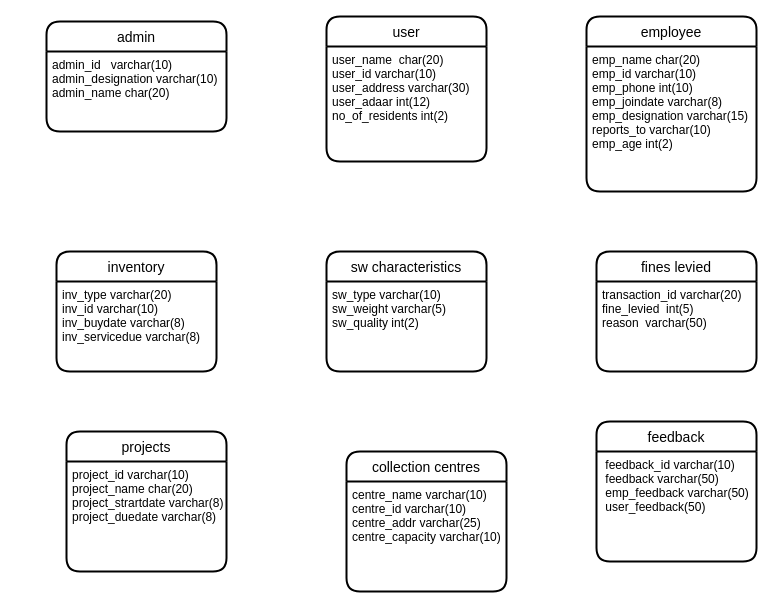
Above: page "Page-2" (2 of 2) of Untitled Diagram.drawio in rahulb275/rahulb275 (draw.io), before the change. Source tidied: cells renumbered, new cells numbered last; positions are measured from the earlier drawing's top-left corner, leaving out a move shared by most shapes. Both pictures are drawn from the tidied source at 100%, with x=0, y=0 at pixel (46, 16).
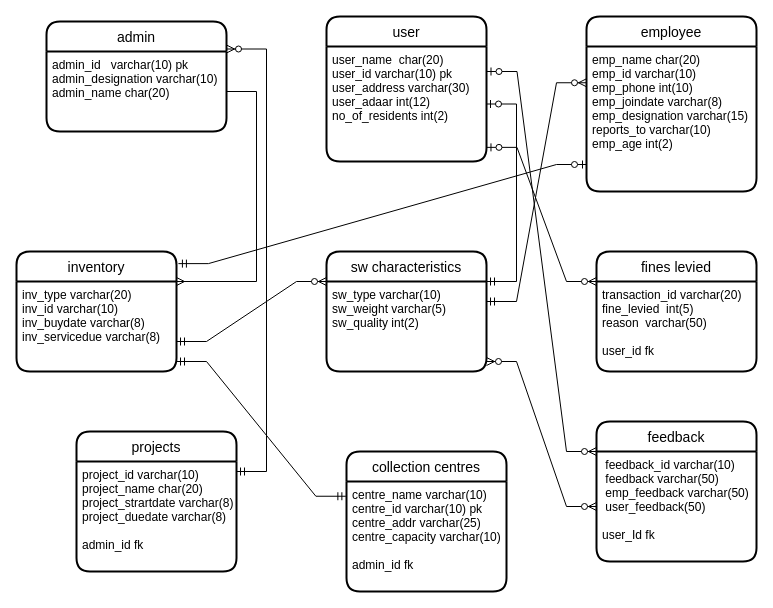
The same page after the edit.

The change refers to these unchanged cells:
```xml
<mxCell id="2" value="admin" style="swimlane;horizontal=1;startSize=30;rounded=1;fontSize=14;fontStyle=0;strokeWidth=2;shadow=0;dashed=0;align=center;" parent="1" vertex="1">
  <mxGeometry y="5" width="180" height="110" as="geometry" />
</mxCell>
<mxCell id="4" value="user" style="swimlane;horizontal=1;startSize=30;rounded=1;fontSize=14;fontStyle=0;strokeWidth=2;shadow=0;dashed=0;align=center;" parent="1" vertex="1">
  <mxGeometry x="280" width="160" height="145" as="geometry" />
</mxCell>
<mxCell id="7" value="emp_name char(20)&#10;emp_id varchar(10)&#10;emp_phone int(10)&#10;emp_joindate varchar(8)&#10;emp_designation varchar(15)&#10;reports_to varchar(10)&#10;emp_age int(2)&#10;" style="align=left;strokeColor=none;fillColor=none;spacingLeft=4;fontSize=12;verticalAlign=top;" parent="6" vertex="1">
  <mxGeometry y="30" width="170" height="145" as="geometry" />
</mxCell>
<mxCell id="10" value="sw characteristics" style="swimlane;horizontal=1;startSize=30;rounded=1;fontSize=14;fontStyle=0;strokeWidth=2;shadow=0;dashed=0;align=center;" parent="1" vertex="1">
  <mxGeometry x="280" y="235" width="160" height="120" as="geometry" />
</mxCell>
<mxCell id="12" value="fines levied" style="swimlane;horizontal=1;startSize=30;rounded=1;fontSize=14;fontStyle=0;strokeWidth=2;shadow=0;dashed=0;align=center;" parent="1" vertex="1">
  <mxGeometry x="550" y="235" width="160" height="120" as="geometry" />
</mxCell>
<mxCell id="16" value="collection centres" style="swimlane;horizontal=1;startSize=30;rounded=1;fontSize=14;fontStyle=0;strokeWidth=2;shadow=0;dashed=0;align=center;" parent="1" vertex="1">
  <mxGeometry x="300" y="435" width="160" height="140" as="geometry" />
</mxCell>
<mxCell id="18" value="feedback" style="swimlane;horizontal=1;startSize=30;rounded=1;fontSize=14;fontStyle=0;strokeWidth=2;shadow=0;dashed=0;align=center;" parent="1" vertex="1">
  <mxGeometry x="550" y="405" width="160" height="140" as="geometry" />
</mxCell>
```

What changed in the source:
```diff
@@
-    <mxCell id="3" value="admin_id   varchar(10)&#10;admin_designation varchar(10)&#10;admin_name char(20)&#10;" style="align=left;strokeColor=none;fillColor=none;spacingLeft=4;fontSize=12;verticalAlign=top;" parent="2" vertex="1">
+    <mxCell id="3" value="admin_id   varchar(10) pk&#10;admin_designation varchar(10)&#10;admin_name char(20)&#10;" style="align=left;strokeColor=none;fillColor=none;spacingLeft=4;fontSize=12;verticalAlign=top;" parent="2" vertex="1">
       <mxGeometry y="30" width="180" height="80" as="geometry" />
     </mxCell>
@@
-    <mxCell id="5" value="user_name  char(20)&#10;user_id varchar(10)&#10;user_address varchar(30)&#10;user_adaar int(12)&#10;no_of_residents int(2)" style="align=left;strokeColor=none;fillColor=none;spacingLeft=4;fontSize=12;verticalAlign=top;" parent="4" vertex="1">
+    <mxCell id="5" value="user_name  char(20)&#10;user_id varchar(10) pk&#10;user_address varchar(30)&#10;user_adaar int(12)&#10;no_of_residents int(2)" style="align=left;strokeColor=none;fillColor=none;spacingLeft=4;fontSize=12;verticalAlign=top;" parent="4" vertex="1">
       <mxGeometry y="30" width="160" height="115" as="geometry" />
     </mxCell>
@@
     <mxCell id="8" value="inventory" style="swimlane;horizontal=1;startSize=30;rounded=1;fontSize=14;fontStyle=0;strokeWidth=2;shadow=0;dashed=0;align=center;" parent="1" vertex="1">
-      <mxGeometry x="10" y="235" width="160" height="120" as="geometry" />
+      <mxGeometry x="-30" y="235" width="160" height="120" as="geometry" />
     </mxCell>
@@
-    <mxCell id="13" value="transaction_id varchar(20)&#10;fine_levied  int(5)&#10;reason  varchar(50)" style="align=left;strokeColor=none;fillColor=none;spacingLeft=4;fontSize=12;verticalAlign=top;" parent="12" vertex="1">
+    <mxCell id="13" value="transaction_id varchar(20)&#10;fine_levied  int(5)&#10;reason  varchar(50)&#10;&#10;user_id fk" style="align=left;strokeColor=none;fillColor=none;spacingLeft=4;fontSize=12;verticalAlign=top;" parent="12" vertex="1">
       <mxGeometry y="30" width="160" height="90" as="geometry" />
     </mxCell>
     <mxCell id="14" value="projects" style="swimlane;horizontal=1;startSize=30;rounded=1;fontSize=14;fontStyle=0;strokeWidth=2;shadow=0;dashed=0;align=center;" parent="1" vertex="1">
-      <mxGeometry x="20" y="415" width="160" height="140" as="geometry" />
+      <mxGeometry x="30" y="415" width="160" height="140" as="geometry" />
     </mxCell>
-    <mxCell id="15" value="project_id varchar(10)&#10;project_name char(20)&#10;project_strartdate varchar(8)&#10;project_duedate varchar(8)" style="align=left;strokeColor=none;fillColor=none;spacingLeft=4;fontSize=12;verticalAlign=top;" parent="14" vertex="1">
+    <mxCell id="15" value="project_id varchar(10)&#10;project_name char(20)&#10;project_strartdate varchar(8)&#10;project_duedate varchar(8)&#10;&#10;admin_id fk" style="align=left;strokeColor=none;fillColor=none;spacingLeft=4;fontSize=12;verticalAlign=top;" parent="14" vertex="1">
       <mxGeometry y="30" width="160" height="110" as="geometry" />
     </mxCell>
@@
-    <mxCell id="17" value="centre_name varchar(10)&#10;centre_id varchar(10)&#10;centre_addr varchar(25)&#10;centre_capacity varchar(10)" style="align=left;strokeColor=none;fillColor=none;spacingLeft=4;fontSize=12;verticalAlign=top;" parent="16" vertex="1">
+    <mxCell id="17" value="centre_name varchar(10)&#10;centre_id varchar(10) pk&#10;centre_addr varchar(25)&#10;centre_capacity varchar(10)&#10;&#10;admin_id fk" style="align=left;strokeColor=none;fillColor=none;spacingLeft=4;fontSize=12;verticalAlign=top;" parent="16" vertex="1">
       <mxGeometry y="30" width="160" height="110" as="geometry" />
     </mxCell>
@@
-    <mxCell id="19" value=" feedback_id varchar(10)&#10; feedback varchar(50)&#10; emp_feedback varchar(50)&#10; user_feedback(50)" style="align=left;strokeColor=none;fillColor=none;spacingLeft=4;fontSize=12;verticalAlign=top;" parent="18" vertex="1">
+    <mxCell id="19" value=" feedback_id varchar(10)&#10; feedback varchar(50)&#10; emp_feedback varchar(50)&#10; user_feedback(50)&#10;&#10;user_Id fk" style="align=left;strokeColor=none;fillColor=none;spacingLeft=4;fontSize=12;verticalAlign=top;" parent="18" vertex="1">
       <mxGeometry y="30" width="160" height="110" as="geometry" />
     </mxCell>
+    <mxCell id="20" style="edgeStyle=entityRelationEdgeStyle;fontSize=12;html=1;endArrow=ERzeroToMany;startArrow=ERzeroToOne;rounded=0;exitX=1.003;exitY=0.877;exitDx=0;exitDy=0;exitPerimeter=0;" parent="1" edge="1" source="5">
+      <mxGeometry relative="1" as="geometry">
+        <mxPoint x="550" y="265" as="targetPoint" />
+      </mxGeometry>
+    </mxCell>
+    <mxCell id="21" style="edgeStyle=entityRelationEdgeStyle;fontSize=12;html=1;endArrow=ERzeroToOne;startArrow=ERmandOne;rounded=0;exitX=1.012;exitY=0.101;exitDx=0;exitDy=0;exitPerimeter=0;" parent="1" edge="1" source="8">
+      <mxGeometry relative="1" as="geometry">
+        <mxPoint x="540" y="148" as="targetPoint" />
+      </mxGeometry>
+    </mxCell>
+    <mxCell id="22" style="edgeStyle=entityRelationEdgeStyle;fontSize=12;html=1;endArrow=ERzeroToOne;startArrow=ERmandOne;rounded=0;" parent="1" edge="1" target="5">
+      <mxGeometry relative="1" as="geometry">
+        <mxPoint x="440" y="265" as="sourcePoint" />
+      </mxGeometry>
+    </mxCell>
+    <mxCell id="23" style="edgeStyle=entityRelationEdgeStyle;fontSize=12;html=1;endArrow=ERmany;rounded=0;entryX=1;entryY=0.25;entryDx=0;entryDy=0;" parent="1" edge="1" target="8">
+      <mxGeometry relative="1" as="geometry">
+        <mxPoint x="180" y="75" as="sourcePoint" />
+      </mxGeometry>
+    </mxCell>
+    <mxCell id="24" style="edgeStyle=entityRelationEdgeStyle;fontSize=12;html=1;endArrow=ERzeroToMany;startArrow=ERmandOne;rounded=0;entryX=1;entryY=0.25;entryDx=0;entryDy=0;" parent="1" edge="1" target="2">
+      <mxGeometry relative="1" as="geometry">
+        <mxPoint x="190" y="455" as="sourcePoint" />
+      </mxGeometry>
+    </mxCell>
+    <mxCell id="25" style="edgeStyle=entityRelationEdgeStyle;fontSize=12;html=1;endArrow=ERmandOne;startArrow=ERmandOne;rounded=0;entryX=-0.004;entryY=0.134;entryDx=0;entryDy=0;entryPerimeter=0;" parent="1" edge="1" target="17">
+      <mxGeometry relative="1" as="geometry">
+        <mxPoint x="130" y="345" as="sourcePoint" />
+      </mxGeometry>
+    </mxCell>
+    <mxCell id="26" style="edgeStyle=entityRelationEdgeStyle;fontSize=12;html=1;endArrow=ERzeroToMany;startArrow=ERzeroToOne;rounded=0;exitX=1.003;exitY=0.877;exitDx=0;exitDy=0;exitPerimeter=0;entryX=0;entryY=0;entryDx=0;entryDy=0;" parent="1" edge="1" target="19">
+      <mxGeometry relative="1" as="geometry">
+        <mxPoint x="440.5" y="55" as="sourcePoint" />
+      </mxGeometry>
+    </mxCell>
+    <mxCell id="27" style="edgeStyle=entityRelationEdgeStyle;fontSize=12;html=1;endArrow=ERzeroToMany;endFill=1;startArrow=ERzeroToMany;rounded=0;entryX=0;entryY=0.5;entryDx=0;entryDy=0;" parent="1" edge="1" target="19">
+      <mxGeometry relative="1" as="geometry">
+        <mxPoint x="440" y="345" as="sourcePoint" />
+      </mxGeometry>
+    </mxCell>
+    <mxCell id="28" style="edgeStyle=entityRelationEdgeStyle;fontSize=12;html=1;endArrow=ERzeroToMany;startArrow=ERmandOne;rounded=0;entryX=0;entryY=0.25;entryDx=0;entryDy=0;" parent="1" edge="1" target="10">
+      <mxGeometry relative="1" as="geometry">
+        <mxPoint x="130" y="325" as="sourcePoint" />
+      </mxGeometry>
+    </mxCell>
+    <mxCell id="29" style="edgeStyle=entityRelationEdgeStyle;fontSize=12;html=1;endArrow=ERzeroToMany;startArrow=ERmandOne;rounded=0;entryX=0;entryY=0.25;entryDx=0;entryDy=0;" parent="1" edge="1" target="7">
+      <mxGeometry relative="1" as="geometry">
+        <mxPoint x="440" y="285" as="sourcePoint" />
+      </mxGeometry>
+    </mxCell>
```
